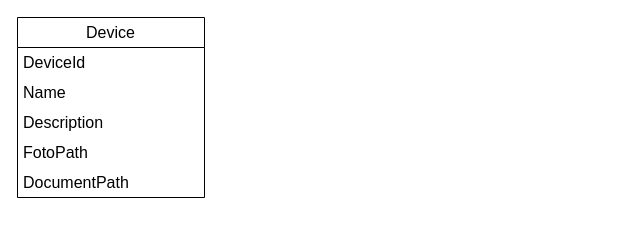
Earlier version of the draw.io diagram UML.drawio (gustaVASSIO/ProjectDiOSDevices). Source tidied: cells renumbered, new cells numbered last; positions are measured from the earlier drawing's top-left corner, leaving out a move shared by most shapes. Both pictures are drawn from the tidied source at 100%, with x=0, y=0 at pixel (17, 17).
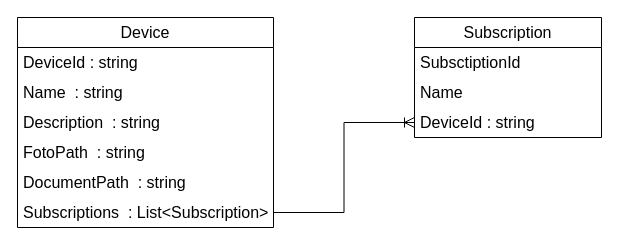
Above is the later version.

Change to the diagram source:
```diff
@@
 <mxGraphModel>
   <root>
     <mxCell id="0" />
     <mxCell id="1" parent="0" />
     <mxCell id="2" value="Device" style="swimlane;fontStyle=0;horizontal=1;startSize=30;whiteSpace=wrap;html=1;fontSize=16;" parent="1" vertex="1">
-      <mxGeometry width="187" height="180" as="geometry" />
+      <mxGeometry width="256" height="210" as="geometry" />
     </mxCell>
-    <mxCell id="3" value="DeviceId" style="text;strokeColor=none;fillColor=none;align=left;verticalAlign=middle;spacingLeft=4;spacingRight=4;overflow=hidden;whiteSpace=wrap;html=1;fontSize=16;" parent="2" vertex="1">
-      <mxGeometry y="30" width="187" height="30" as="geometry" />
+    <mxCell id="3" value="DeviceId : string" style="text;strokeColor=none;fillColor=none;align=left;verticalAlign=middle;spacingLeft=4;spacingRight=4;overflow=hidden;whiteSpace=wrap;html=1;fontSize=16;" parent="2" vertex="1">
+      <mxGeometry y="30" width="256" height="30" as="geometry" />
     </mxCell>
-    <mxCell id="4" value="Name" style="text;strokeColor=none;fillColor=none;align=left;verticalAlign=middle;spacingLeft=4;spacingRight=4;overflow=hidden;whiteSpace=wrap;html=1;fontSize=16;" parent="2" vertex="1">
-      <mxGeometry y="60" width="187" height="30" as="geometry" />
+    <mxCell id="4" value="Name&amp;nbsp;&amp;nbsp;: string" style="text;strokeColor=none;fillColor=none;align=left;verticalAlign=middle;spacingLeft=4;spacingRight=4;overflow=hidden;whiteSpace=wrap;html=1;fontSize=16;" parent="2" vertex="1">
+      <mxGeometry y="60" width="256" height="30" as="geometry" />
     </mxCell>
-    <mxCell id="5" value="Description" style="text;strokeColor=none;fillColor=none;align=left;verticalAlign=middle;spacingLeft=4;spacingRight=4;overflow=hidden;whiteSpace=wrap;html=1;fontSize=16;" parent="2" vertex="1">
-      <mxGeometry y="90" width="187" height="30" as="geometry" />
+    <mxCell id="5" value="Description&amp;nbsp;&amp;nbsp;: string" style="text;strokeColor=none;fillColor=none;align=left;verticalAlign=middle;spacingLeft=4;spacingRight=4;overflow=hidden;whiteSpace=wrap;html=1;fontSize=16;" parent="2" vertex="1">
+      <mxGeometry y="90" width="256" height="30" as="geometry" />
     </mxCell>
-    <mxCell id="6" value="FotoPath" style="text;strokeColor=none;fillColor=none;align=left;verticalAlign=middle;spacingLeft=4;spacingRight=4;overflow=hidden;whiteSpace=wrap;html=1;fontSize=16;" parent="2" vertex="1">
-      <mxGeometry y="120" width="187" height="30" as="geometry" />
+    <mxCell id="6" value="FotoPath&amp;nbsp;&amp;nbsp;: string" style="text;strokeColor=none;fillColor=none;align=left;verticalAlign=middle;spacingLeft=4;spacingRight=4;overflow=hidden;whiteSpace=wrap;html=1;fontSize=16;" parent="2" vertex="1">
+      <mxGeometry y="120" width="256" height="30" as="geometry" />
     </mxCell>
-    <mxCell id="7" value="DocumentPath" style="text;strokeColor=none;fillColor=none;align=left;verticalAlign=middle;spacingLeft=4;spacingRight=4;overflow=hidden;whiteSpace=wrap;html=1;fontSize=16;" parent="2" vertex="1">
-      <mxGeometry y="150" width="187" height="30" as="geometry" />
+    <mxCell id="7" value="DocumentPath&amp;nbsp;&amp;nbsp;: string" style="text;strokeColor=none;fillColor=none;align=left;verticalAlign=middle;spacingLeft=4;spacingRight=4;overflow=hidden;whiteSpace=wrap;html=1;fontSize=16;" parent="2" vertex="1">
+      <mxGeometry y="150" width="256" height="30" as="geometry" />
     </mxCell>
+    <mxCell id="8" value="Subscriptions&amp;nbsp;&amp;nbsp;: List&amp;lt;Subscription&amp;gt;" style="text;strokeColor=none;fillColor=none;align=left;verticalAlign=middle;spacingLeft=4;spacingRight=4;overflow=hidden;points=[[0,0.5],[1,0.5]];portConstraint=eastwest;whiteSpace=wrap;html=1;fontSize=16;" parent="2" vertex="1">
+      <mxGeometry y="180" width="256" height="30" as="geometry" />
+    </mxCell>
+    <mxCell id="9" value="Subscription" style="swimlane;fontStyle=0;horizontal=1;startSize=30;whiteSpace=wrap;html=1;fontSize=16;" parent="1" vertex="1">
+      <mxGeometry x="397" width="187" height="120" as="geometry" />
+    </mxCell>
+    <mxCell id="10" value="SubsctiptionId" style="text;strokeColor=none;fillColor=none;align=left;verticalAlign=middle;spacingLeft=4;spacingRight=4;overflow=hidden;whiteSpace=wrap;html=1;fontSize=16;" parent="9" vertex="1">
+      <mxGeometry y="30" width="187" height="30" as="geometry" />
+    </mxCell>
+    <mxCell id="11" value="Name" style="text;strokeColor=none;fillColor=none;align=left;verticalAlign=middle;spacingLeft=4;spacingRight=4;overflow=hidden;whiteSpace=wrap;html=1;fontSize=16;" parent="9" vertex="1">
+      <mxGeometry y="60" width="187" height="30" as="geometry" />
+    </mxCell>
+    <mxCell id="12" value="DeviceId : string" style="text;strokeColor=none;fillColor=none;align=left;verticalAlign=middle;spacingLeft=4;spacingRight=4;overflow=hidden;points=[[0,0.5],[1,0.5]];portConstraint=eastwest;whiteSpace=wrap;html=1;fontSize=16;" parent="9" vertex="1">
+      <mxGeometry y="90" width="187" height="30" as="geometry" />
+    </mxCell>
+    <mxCell id="13" style="edgeStyle=orthogonalEdgeStyle;rounded=0;jettySize=auto;html=1;exitX=1;exitY=0.5;exitDx=0;exitDy=0;entryX=0;entryY=0.5;entryDx=0;entryDy=0;fontSize=12;startSize=8;endSize=8;endArrow=ERoneToMany;endFill=0;" parent="1" edge="1" source="8" target="12">
+      <mxGeometry relative="1" as="geometry" />
+    </mxCell>
   </root>
 </mxGraphModel>
```
